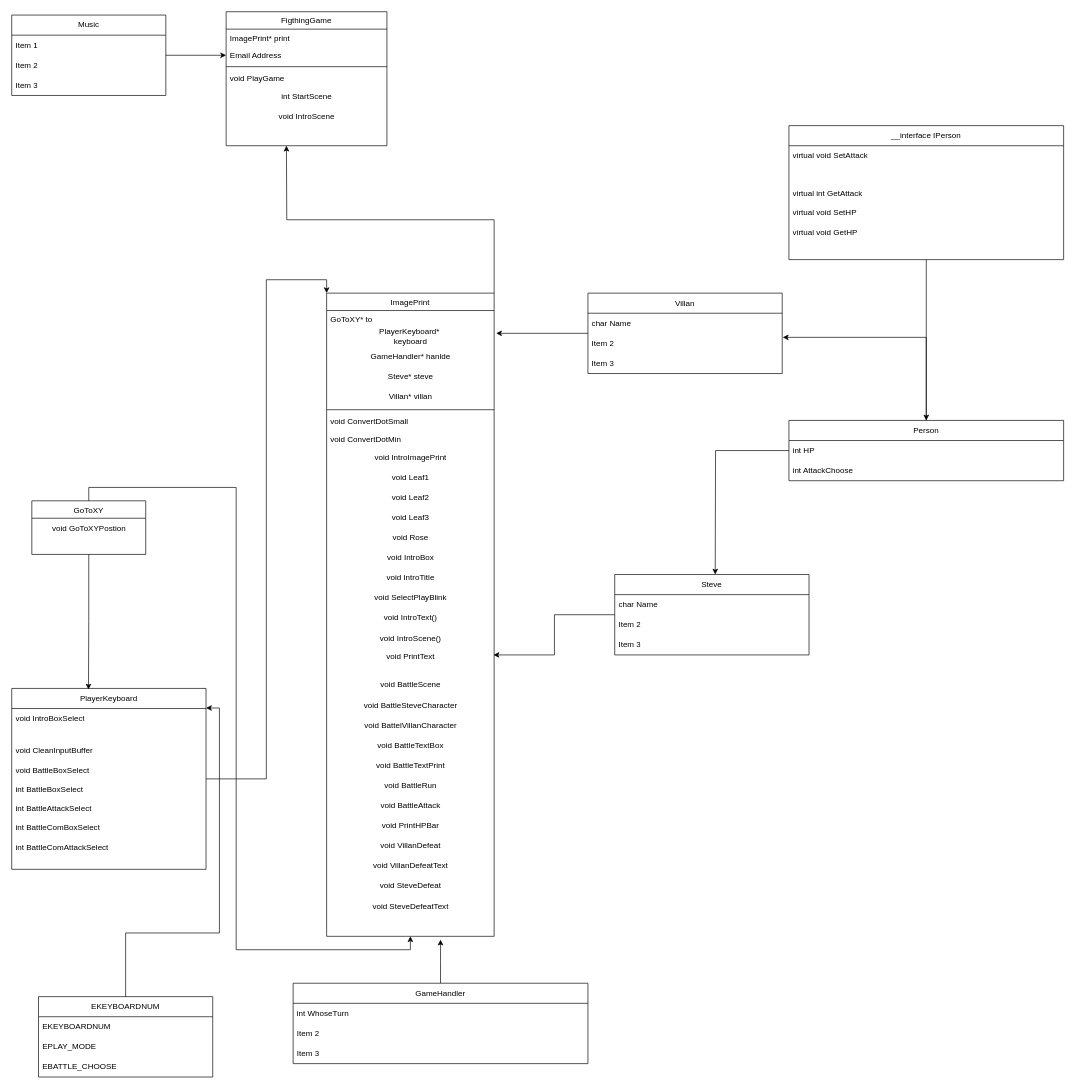
Above: UML Diagram/MioFratello.drawio in OGYWORLD/KE_BattleHW (draw.io), before the change. Source tidied: cells renumbered, new cells numbered last; positions are measured from the earlier drawing's top-left corner, leaving out a move shared by most shapes. Both pictures are drawn from the tidied source at 67%, with x=0, y=0 at pixel (11, 11).
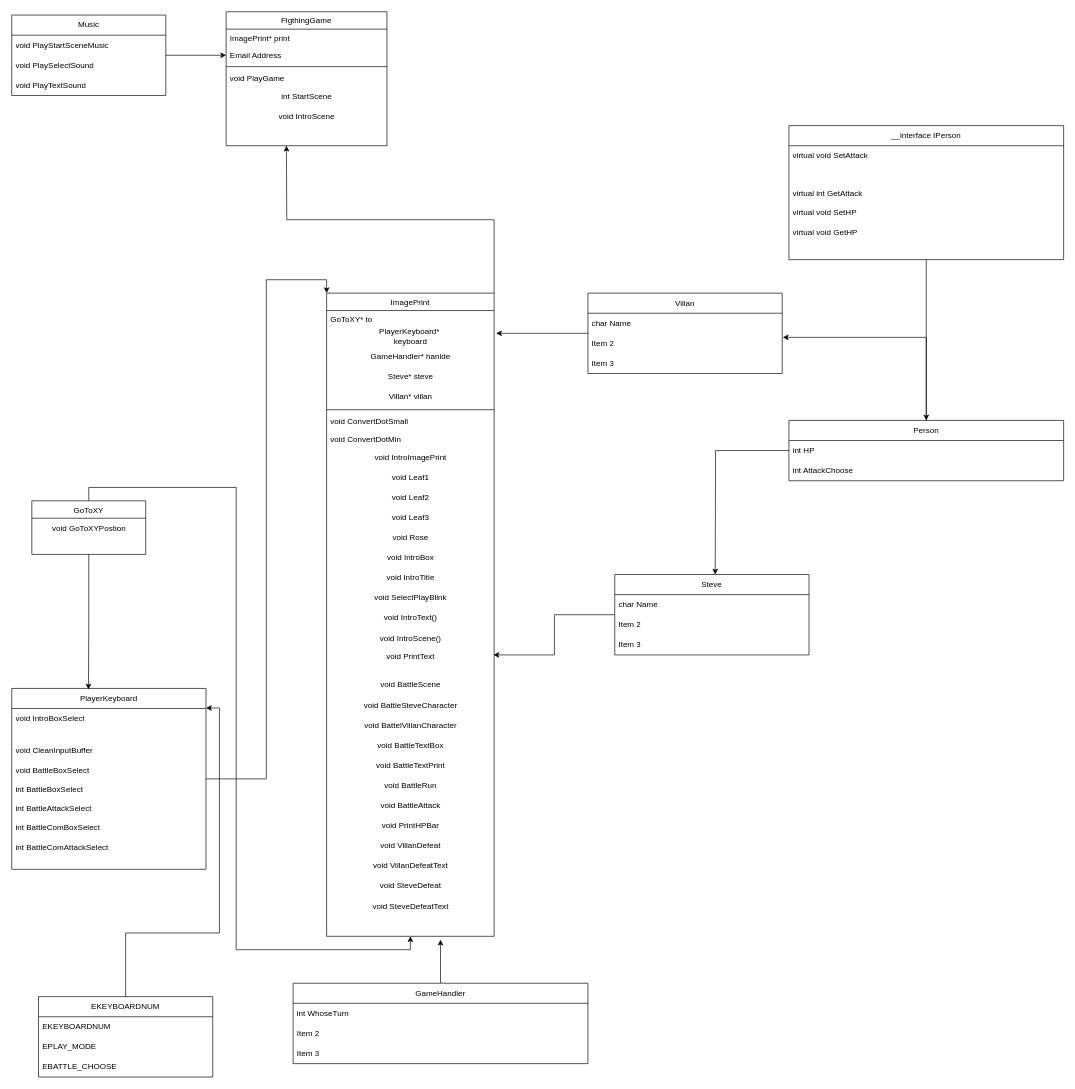
The same diagram, later.

Unchanged cells that the change refers to:
```xml
<mxCell id="80" value="Music" style="swimlane;fontStyle=0;horizontal=1;startSize=30;whiteSpace=wrap;html=1;" parent="1" vertex="1">
  <mxGeometry y="5" width="230" height="120" as="geometry" />
</mxCell>
```

What changed in the source:
```diff
@@
-    <mxCell id="81" value="Item 1" style="text;strokeColor=none;fillColor=none;align=left;verticalAlign=middle;spacingLeft=4;spacingRight=4;overflow=hidden;whiteSpace=wrap;html=1;" parent="80" vertex="1">
+    <mxCell id="81" value="void PlayStartSceneMusic" style="text;strokeColor=none;fillColor=none;align=left;verticalAlign=middle;spacingLeft=4;spacingRight=4;overflow=hidden;whiteSpace=wrap;html=1;" parent="80" vertex="1">
       <mxGeometry y="30" width="230" height="30" as="geometry" />
     </mxCell>
-    <mxCell id="82" value="Item 2" style="text;strokeColor=none;fillColor=none;align=left;verticalAlign=middle;spacingLeft=4;spacingRight=4;overflow=hidden;whiteSpace=wrap;html=1;" parent="80" vertex="1">
+    <mxCell id="82" value="void PlaySelectSound" style="text;strokeColor=none;fillColor=none;align=left;verticalAlign=middle;spacingLeft=4;spacingRight=4;overflow=hidden;whiteSpace=wrap;html=1;" parent="80" vertex="1">
       <mxGeometry y="60" width="230" height="30" as="geometry" />
     </mxCell>
-    <mxCell id="83" value="Item 3" style="text;strokeColor=none;fillColor=none;align=left;verticalAlign=middle;spacingLeft=4;spacingRight=4;overflow=hidden;whiteSpace=wrap;html=1;" parent="80" vertex="1">
+    <mxCell id="83" value="void PlayTextSound" style="text;strokeColor=none;fillColor=none;align=left;verticalAlign=middle;spacingLeft=4;spacingRight=4;overflow=hidden;whiteSpace=wrap;html=1;" parent="80" vertex="1">
       <mxGeometry y="90" width="230" height="30" as="geometry" />
     </mxCell>
```
